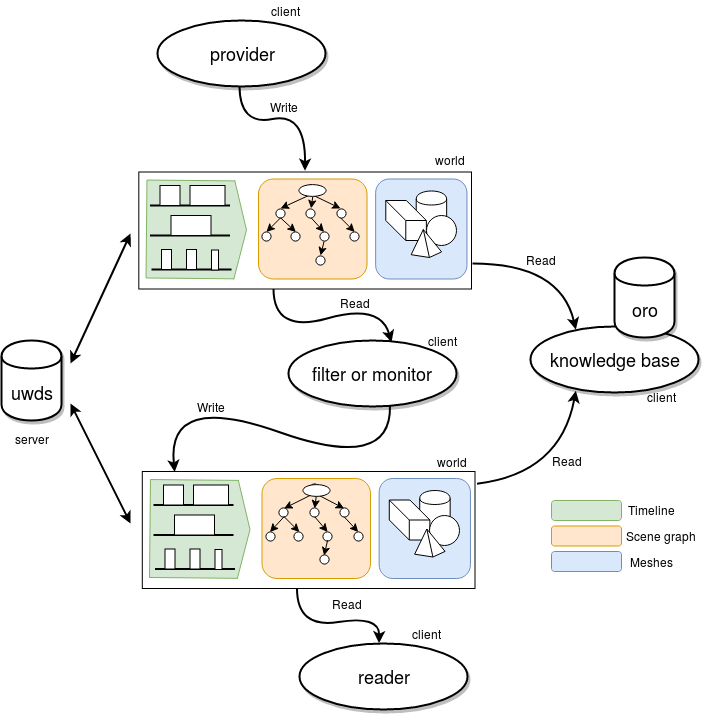
This is img/uwds_architecture.png from underworlds-robot/uwds, a draw.io export, as it was before one commit. Source tidied: cells renumbered, new cells last; positions are measured from the earlier drawing's top-left corner, leaving out a move shared by most shapes.
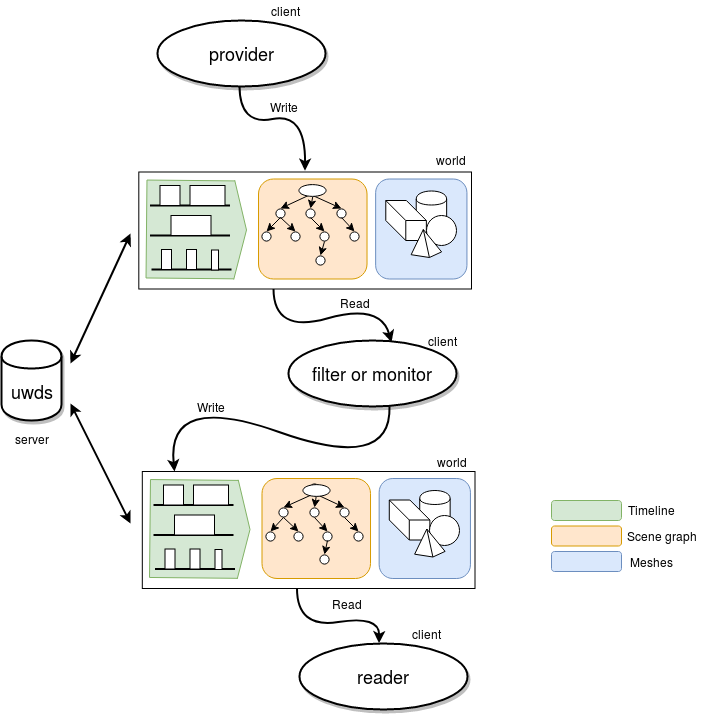
Later version of the same file.

Change to the diagram source:
```diff
@@ -361,36 +361,6 @@
     <mxCell id="103" value="server" style="text;html=1;strokeColor=none;fillColor=none;align=center;verticalAlign=middle;whiteSpace=wrap;rounded=0;" parent="1" vertex="1">
       <mxGeometry x="10" y="428" width="40" height="20" as="geometry" />
     </mxCell>
-    <mxCell id="104" value="&lt;div&gt;&lt;font style=&quot;font-size: 18px&quot;&gt;knowledge base&lt;/font&gt;&lt;/div&gt;" style="ellipse;whiteSpace=wrap;html=1;fillColor=#ffffff;strokeColor=#000000;shadow=1;strokeWidth=2;" parent="1" vertex="1">
-      <mxGeometry x="529" y="325.5" width="168" height="66" as="geometry" />
-    </mxCell>
-    <mxCell id="105" value="client" style="text;html=1;strokeColor=none;fillColor=none;align=center;verticalAlign=middle;whiteSpace=wrap;rounded=0;" parent="1" vertex="1">
-      <mxGeometry x="639.5" y="386" width="40" height="20" as="geometry" />
-    </mxCell>
-    <mxCell id="106" value="&lt;font style=&quot;font-size: 18px&quot;&gt;oro&lt;/font&gt;" style="shape=cylinder;whiteSpace=wrap;html=1;boundedLbl=1;backgroundOutline=1;fillColor=#ffffff;strokeColor=#000000;shadow=1;strokeWidth=2;" parent="1" vertex="1">
-      <mxGeometry x="613" y="257" width="60" height="80" as="geometry" />
-    </mxCell>
-    <mxCell id="107" style="curved=1;endArrow=classic;html=1;entryX=0.269;entryY=0.056;strokeWidth=2;entryDx=0;entryDy=0;entryPerimeter=0;" parent="1" edge="1" target="104">
-      <mxGeometry relative="1" as="geometry">
-        <mxPoint x="471" y="263" as="sourcePoint" />
-        <Array as="points">
-          <mxPoint x="559" y="263" />
-        </Array>
-      </mxGeometry>
-    </mxCell>
-    <mxCell id="108" style="curved=1;endArrow=classic;html=1;entryX=0.269;entryY=0.99;strokeWidth=2;entryDx=0;entryDy=0;entryPerimeter=0;exitX=1.007;exitY=0.105;exitDx=0;exitDy=0;exitPerimeter=0;" parent="1" edge="1" source="23" target="104">
-      <mxGeometry relative="1" as="geometry">
-        <Array as="points">
-          <mxPoint x="559" y="473" />
-        </Array>
-      </mxGeometry>
-    </mxCell>
-    <mxCell id="109" value="Read" style="text;html=1;strokeColor=none;fillColor=none;align=center;verticalAlign=middle;whiteSpace=wrap;rounded=0;" parent="1" vertex="1">
-      <mxGeometry x="519" y="249.1" width="40" height="20" as="geometry" />
-    </mxCell>
-    <mxCell id="110" value="Read" style="text;html=1;strokeColor=none;fillColor=none;align=center;verticalAlign=middle;whiteSpace=wrap;rounded=0;" parent="1" vertex="1">
-      <mxGeometry x="545" y="449.6" width="40" height="20" as="geometry" />
-    </mxCell>
     <mxCell id="111" style="endArrow=classic;html=1;startArrow=classic;startFill=1;strokeWidth=2;" parent="1" edge="1">
       <mxGeometry relative="1" as="geometry">
         <mxPoint x="129" y="523" as="sourcePoint" />
```
